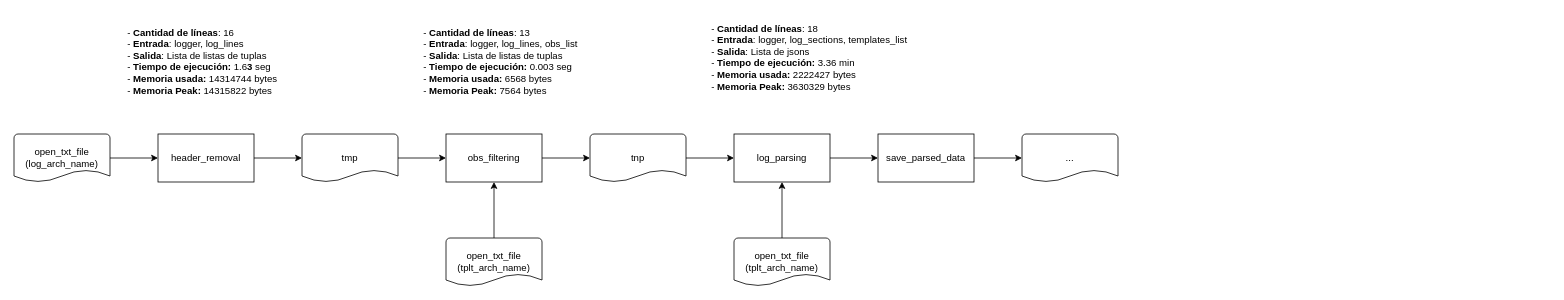
Before: flowdiagram.drawio in tomahawk360/memoria_proof_of_concepts, a draw.io diagram. Source tidied: cells renumbered, new cells numbered last; positions are measured from the earlier drawing's top-left corner, leaving out a move shared by most shapes. Both pictures are drawn from the tidied source at 80%, with x=0, y=0 at pixel (14, 18).
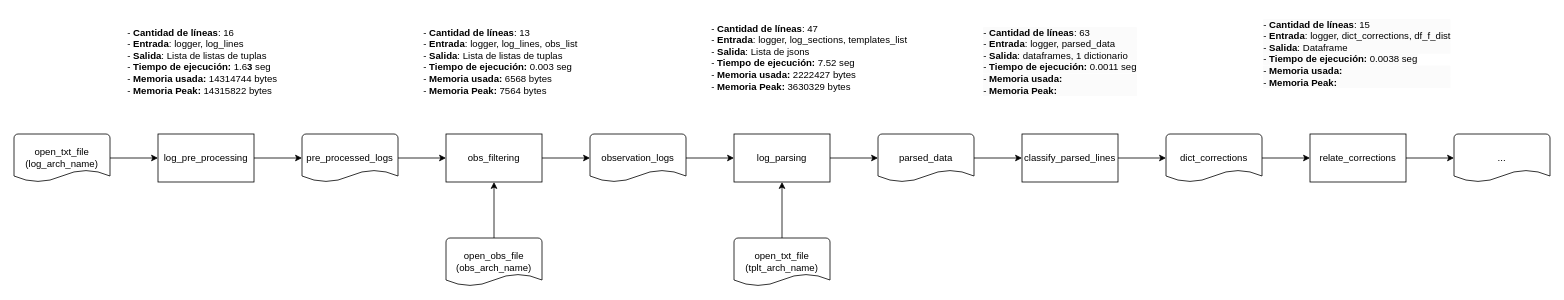
The same page after the edit.

Commit message (it also covers changes not shown here):
Pushed db diagram and flow diagram

Unchanged cells that the change refers to:
```xml
<mxCell id="5" value="log_parsing" style="rounded=0;whiteSpace=wrap;html=1;" parent="1" vertex="1">
  <mxGeometry x="900" y="145" width="120" height="60" as="geometry" />
</mxCell>
```

What changed in the source:
```diff
@@
-    <mxCell id="3" value="header_removal" style="rounded=0;whiteSpace=wrap;html=1;" parent="1" vertex="1">
+    <mxCell id="3" value="log_pre_processing" style="rounded=0;whiteSpace=wrap;html=1;" parent="1" vertex="1">
       <mxGeometry x="180" y="145" width="120" height="60" as="geometry" />
     </mxCell>
-    <mxCell id="4" style="edgeStyle=orthogonalEdgeStyle;rounded=0;jettySize=auto;html=1;" parent="1" edge="1" source="5" target="7">
-      <mxGeometry relative="1" as="geometry" />
+    <mxCell id="4" style="edgeStyle=orthogonalEdgeStyle;rounded=0;jettySize=auto;html=1;" parent="1" edge="1" source="5">
+      <mxGeometry relative="1" as="geometry">
+        <mxPoint x="1080" y="175" as="targetPoint" />
+      </mxGeometry>
     </mxCell>
@@
-    <mxCell id="6" style="edgeStyle=orthogonalEdgeStyle;html=1;" parent="1" edge="1" source="7" target="20">
-      <mxGeometry relative="1" as="geometry" />
-    </mxCell>
-    <mxCell id="7" value="save_parsed_data" style="rounded=0;whiteSpace=wrap;html=1;glass=0;" parent="1" vertex="1">
-      <mxGeometry x="1080" y="145" width="120" height="60" as="geometry" />
-    </mxCell>
@@
-    <mxCell id="11" value="&lt;div&gt;- &lt;b&gt;Cantidad de líneas&lt;/b&gt;: 18&lt;/div&gt;&lt;div&gt;- &lt;b&gt;Entrada&lt;/b&gt;: logger, log_sections, templates_list&lt;/div&gt;&lt;div&gt;- &lt;b&gt;Salida&lt;/b&gt;: Lista de jsons&amp;nbsp;&lt;/div&gt;- &lt;b&gt;Tiempo de ejecución:&amp;nbsp;&lt;/b&gt;&lt;span id=&quot;cwos&quot; class=&quot;qv3Wpe&quot;&gt;3.36&lt;/span&gt;&lt;span id=&quot;cwos&quot; class=&quot;qv3Wpe&quot;&gt;&amp;nbsp;min&lt;/span&gt;&lt;br&gt;&lt;div&gt;- &lt;b&gt;Memoria usada: &lt;/b&gt;2222427 bytes&lt;/div&gt;&lt;div&gt;- &lt;b&gt;Memoria Peak: &lt;/b&gt;3630329 bytes&lt;b&gt;&amp;nbsp;&lt;br&gt;&lt;/b&gt;&lt;br&gt;&lt;/div&gt;" style="text;whiteSpace=wrap;html=1;" parent="1" vertex="1">
+    <mxCell id="11" value="&lt;div&gt;- &lt;b&gt;Cantidad de líneas&lt;/b&gt;: 47&lt;/div&gt;&lt;div&gt;- &lt;b&gt;Entrada&lt;/b&gt;: logger, log_sections, templates_list&lt;/div&gt;&lt;div&gt;- &lt;b&gt;Salida&lt;/b&gt;: Lista de jsons&amp;nbsp;&lt;/div&gt;- &lt;b&gt;Tiempo de ejecución:&amp;nbsp;&lt;/b&gt;&lt;span id=&quot;cwos&quot; class=&quot;qv3Wpe&quot;&gt;7.52&lt;/span&gt;&lt;span id=&quot;cwos&quot; class=&quot;qv3Wpe&quot;&gt;&amp;nbsp;seg&lt;/span&gt;&lt;br&gt;&lt;div&gt;- &lt;b&gt;Memoria usada: &lt;/b&gt;2222427 bytes&lt;/div&gt;&lt;div&gt;- &lt;b&gt;Memoria Peak: &lt;/b&gt;3630329 bytes&lt;b&gt;&amp;nbsp;&lt;br&gt;&lt;/b&gt;&lt;br&gt;&lt;/div&gt;" style="text;whiteSpace=wrap;html=1;" parent="1" vertex="1">
       <mxGeometry x="870" width="300" height="100" as="geometry" />
     </mxCell>
@@
-    <mxCell id="17" value="&lt;div&gt;open_txt_file&lt;/div&gt;&lt;div&gt;(tplt_arch_name)&lt;/div&gt;" style="strokeWidth=1;html=1;shape=mxgraph.flowchart.document2;whiteSpace=wrap;size=0.25;" parent="1" vertex="1">
+    <mxCell id="17" value="&lt;div&gt;open_obs_file&lt;/div&gt;&lt;div&gt;(obs_arch_name)&lt;/div&gt;" style="strokeWidth=1;html=1;shape=mxgraph.flowchart.document2;whiteSpace=wrap;size=0.25;" parent="1" vertex="1">
       <mxGeometry x="540" y="275" width="120" height="60" as="geometry" />
     </mxCell>
@@
-    <mxCell id="20" value="&lt;div&gt;...&lt;/div&gt;" style="strokeWidth=1;html=1;shape=mxgraph.flowchart.document2;whiteSpace=wrap;size=0.25;" parent="1" vertex="1">
-      <mxGeometry x="1260" y="145" width="120" height="60" as="geometry" />
-    </mxCell>
@@
-    <mxCell id="22" value="&lt;div&gt;tmp&lt;/div&gt;" style="strokeWidth=1;html=1;shape=mxgraph.flowchart.document2;whiteSpace=wrap;size=0.25;" parent="1" vertex="1">
+    <mxCell id="22" value="&lt;div&gt;pre_processed_logs&lt;/div&gt;" style="strokeWidth=1;html=1;shape=mxgraph.flowchart.document2;whiteSpace=wrap;size=0.25;" parent="1" vertex="1">
       <mxGeometry x="360" y="145" width="120" height="60" as="geometry" />
     </mxCell>
@@
-    <mxCell id="24" value="&lt;div&gt;tnp&lt;/div&gt;" style="strokeWidth=1;html=1;shape=mxgraph.flowchart.document2;whiteSpace=wrap;size=0.25;" parent="1" vertex="1">
+    <mxCell id="24" value="&lt;div&gt;observation_logs&lt;/div&gt;" style="strokeWidth=1;html=1;shape=mxgraph.flowchart.document2;whiteSpace=wrap;size=0.25;" parent="1" vertex="1">
       <mxGeometry x="720" y="145" width="120" height="60" as="geometry" />
     </mxCell>
+    <mxCell id="25" value="relate_corrections" style="rounded=0;whiteSpace=wrap;html=1;" parent="1" vertex="1">
+      <mxGeometry x="1620" y="145" width="120" height="60" as="geometry" />
+    </mxCell>
+    <mxCell id="26" style="edgeStyle=none;html=1;" parent="1" edge="1" source="27" target="31">
+      <mxGeometry relative="1" as="geometry" />
+    </mxCell>
+    <mxCell id="27" value="classify_parsed_lines" style="rounded=0;whiteSpace=wrap;html=1;" parent="1" vertex="1">
+      <mxGeometry x="1260" y="145" width="120" height="60" as="geometry" />
+    </mxCell>
+    <mxCell id="28" style="edgeStyle=none;html=1;" parent="1" edge="1" source="29" target="27">
+      <mxGeometry relative="1" as="geometry" />
+    </mxCell>
+    <mxCell id="29" value="&lt;div&gt;parsed_data&lt;/div&gt;" style="strokeWidth=1;html=1;shape=mxgraph.flowchart.document2;whiteSpace=wrap;size=0.25;" parent="1" vertex="1">
+      <mxGeometry x="1080" y="145" width="120" height="60" as="geometry" />
+    </mxCell>
+    <mxCell id="30" style="edgeStyle=none;html=1;" parent="1" edge="1" source="31" target="25">
+      <mxGeometry relative="1" as="geometry" />
+    </mxCell>
+    <mxCell id="31" value="&lt;div&gt;dict_corrections&lt;/div&gt;" style="strokeWidth=1;html=1;shape=mxgraph.flowchart.document2;whiteSpace=wrap;size=0.25;" parent="1" vertex="1">
+      <mxGeometry x="1440" y="145" width="120" height="60" as="geometry" />
+    </mxCell>
+    <mxCell id="32" value="&lt;div style=&quot;forced-color-adjust: none; color: rgb(0, 0, 0); font-family: Helvetica; font-size: 12px; font-style: normal; font-variant-ligatures: normal; font-variant-caps: normal; font-weight: 400; letter-spacing: normal; orphans: 2; text-align: left; text-indent: 0px; text-transform: none; widows: 2; word-spacing: 0px; -webkit-text-stroke-width: 0px; white-space: normal; background-color: rgb(251, 251, 251); text-decoration-thickness: initial; text-decoration-style: initial; text-decoration-color: initial;&quot;&gt;-&lt;span&gt;&amp;nbsp;&lt;/span&gt;&lt;b style=&quot;forced-color-adjust: none; color: light-dark(var(--text-color), var(--dark-text-color));&quot;&gt;Cantidad de líneas&lt;/b&gt;: 63&lt;/div&gt;&lt;div style=&quot;forced-color-adjust: none; color: rgb(0, 0, 0); font-family: Helvetica; font-size: 12px; font-style: normal; font-variant-ligatures: normal; font-variant-caps: normal; font-weight: 400; letter-spacing: normal; orphans: 2; text-align: left; text-indent: 0px; text-transform: none; widows: 2; word-spacing: 0px; -webkit-text-stroke-width: 0px; white-space: normal; background-color: rgb(251, 251, 251); text-decoration-thickness: initial; text-decoration-style: initial; text-decoration-color: initial;&quot;&gt;-&lt;span&gt;&amp;nbsp;&lt;/span&gt;&lt;b style=&quot;forced-color-adjust: none; color: light-dark(var(--text-color), var(--dark-text-color));&quot;&gt;Entrada&lt;/b&gt;: logger, parsed_data&lt;/div&gt;&lt;div style=&quot;forced-color-adjust: none; color: rgb(0, 0, 0); font-family: Helvetica; font-size: 12px; font-style: normal; font-variant-ligatures: normal; font-variant-caps: normal; font-weight: 400; letter-spacing: normal; orphans: 2; text-align: left; text-indent: 0px; text-transform: none; widows: 2; word-spacing: 0px; -webkit-text-stroke-width: 0px; white-space: normal; background-color: rgb(251, 251, 251); text-decoration-thickness: initial; text-decoration-style: initial; text-decoration-color: initial;&quot;&gt;-&lt;span&gt;&amp;nbsp;&lt;/span&gt;&lt;b style=&quot;forced-color-adjust: none; color: light-dark(var(--text-color), var(--dark-text-color));&quot;&gt;Salida&lt;/b&gt;: dataframes, 1 dictionario&amp;nbsp;&lt;/div&gt;&lt;span style=&quot;color: rgb(0, 0, 0); font-family: Helvetica; font-size: 12px; font-style: normal; font-variant-ligatures: normal; font-variant-caps: normal; font-weight: 400; letter-spacing: normal; orphans: 2; text-align: left; text-indent: 0px; text-transform: none; widows: 2; word-spacing: 0px; -webkit-text-stroke-width: 0px; white-space: normal; background-color: rgb(251, 251, 251); text-decoration-thickness: initial; text-decoration-style: initial; text-decoration-color: initial; display: inline !important; float: none;&quot;&gt;-&lt;span&gt;&amp;nbsp;&lt;/span&gt;&lt;/span&gt;&lt;b style=&quot;forced-color-adjust: none; color: rgb(0, 0, 0); font-family: Helvetica; font-size: 12px; font-style: normal; font-variant-ligatures: normal; font-variant-caps: normal; letter-spacing: normal; orphans: 2; text-align: left; text-indent: 0px; text-transform: none; widows: 2; word-spacing: 0px; -webkit-text-stroke-width: 0px; white-space: normal; background-color: rgb(251, 251, 251); text-decoration-thickness: initial; text-decoration-style: initial; text-decoration-color: initial;&quot;&gt;Tiempo de ejecución:&amp;nbsp;&lt;/b&gt;&lt;span style=&quot;forced-color-adjust: none; color: rgb(0, 0, 0); font-family: Helvetica; font-size: 12px; font-style: normal; font-variant-ligatures: normal; font-variant-caps: normal; font-weight: 400; letter-spacing: normal; orphans: 2; text-align: left; text-indent: 0px; text-transform: none; widows: 2; word-spacing: 0px; -webkit-text-stroke-width: 0px; white-space: normal; background-color: rgb(251, 251, 251); text-decoration-thickness: initial; text-decoration-style: initial; text-decoration-color: initial;&quot; id=&quot;cwos&quot; class=&quot;qv3Wpe&quot;&gt;0.0011&lt;/span&gt;&lt;span style=&quot;forced-color-adjust: none; color: rgb(0, 0, 0); font-family: Helvetica; font-size: 12px; font-style: normal; font-variant-ligatures: normal; font-variant-caps: normal; font-weight: 400; letter-spacing: normal; orphans: 2; text-align: left; text-indent: 0px; text-transform: none; widows: 2; word-spacing: 0px; -webkit-text-stroke-width: 0px; white-space: normal; background-color: rgb(251, 251, 251); text-decoration-thickness: initial; text-decoration-style: initial; text-decoration-color: initial;&quot; id=&quot;cwos&quot; class=&quot;qv3Wpe&quot;&gt;&amp;nbsp;seg&lt;/span&gt;&lt;br style=&quot;forced-color-adjust: none; color: rgb(0, 0, 0); font-family: Helvetica; font-size: 12px; font-style: normal; font-variant-ligatures: normal; font-variant-caps: normal; font-weight: 400; letter-spacing: normal; orphans: 2; text-align: left; text-indent: 0px; text-transform: none; widows: 2; word-spacing: 0px; -webkit-text-stroke-width: 0px; white-space: normal; background-color: rgb(251, 251, 251); text-decoration-thickness: initial; text-decoration-style: initial; text-decoration-color: initial;&quot;&gt;&lt;div style=&quot;forced-color-adjust: none; color: rgb(0, 0, 0); font-family: Helvetica; font-size: 12px; font-style: normal; font-variant-ligatures: normal; font-variant-caps: normal; font-weight: 400; letter-spacing: normal; orphans: 2; text-align: left; text-indent: 0px; text-transform: none; widows: 2; word-spacing: 0px; -webkit-text-stroke-width: 0px; white-space: normal; background-color: rgb(251, 251, 251); text-decoration-thickness: initial; text-decoration-style: initial; text-decoration-color: initial;&quot;&gt;-&lt;span&gt;&amp;nbsp;&lt;/span&gt;&lt;b style=&quot;forced-color-adjust: none; color: light-dark(var(--text-color), var(--dark-text-color));&quot;&gt;Memoria usada:&lt;span&gt;&amp;nbsp;&lt;/span&gt;&lt;/b&gt;&lt;/div&gt;&lt;div style=&quot;forced-color-adjust: none; color: rgb(0, 0, 0); font-family: Helvetica; font-size: 12px; font-style: normal; font-variant-ligatures: normal; font-variant-caps: normal; font-weight: 400; letter-spacing: normal; orphans: 2; text-align: left; text-indent: 0px; text-transform: none; widows: 2; word-spacing: 0px; -webkit-text-stroke-width: 0px; white-space: normal; background-color: rgb(251, 251, 251); text-decoration-thickness: initial; text-decoration-style: initial; text-decoration-color: initial;&quot;&gt;-&lt;span&gt;&amp;nbsp;&lt;/span&gt;&lt;b style=&quot;forced-color-adjust: none; color: light-dark(var(--text-color), var(--dark-text-color));&quot;&gt;Memoria Peak:&lt;span&gt;&amp;nbsp;&lt;/span&gt;&lt;/b&gt;&lt;b style=&quot;forced-color-adjust: none; color: light-dark(var(--text-color), var(--dark-text-color));&quot;&gt;&amp;nbsp;&lt;br style=&quot;forced-color-adjust: none; color: light-dark(var(--text-color), var(--dark-text-color));&quot;&gt;&lt;/b&gt;&lt;/div&gt;" style="text;whiteSpace=wrap;html=1;" parent="1" vertex="1">
+      <mxGeometry x="1210" y="5" width="280" height="110" as="geometry" />
+    </mxCell>
+    <mxCell id="33" value="&lt;div style=&quot;forced-color-adjust: none; color: rgb(0, 0, 0); font-family: Helvetica; font-size: 12px; font-style: normal; font-variant-ligatures: normal; font-variant-caps: normal; font-weight: 400; letter-spacing: normal; orphans: 2; text-align: left; text-indent: 0px; text-transform: none; widows: 2; word-spacing: 0px; -webkit-text-stroke-width: 0px; white-space: normal; background-color: rgb(251, 251, 251); text-decoration-thickness: initial; text-decoration-style: initial; text-decoration-color: initial;&quot;&gt;-&lt;span&gt;&amp;nbsp;&lt;/span&gt;&lt;b style=&quot;forced-color-adjust: none; color: light-dark(var(--text-color), var(--dark-text-color));&quot;&gt;Cantidad de líneas&lt;/b&gt;: 15&lt;/div&gt;&lt;div style=&quot;forced-color-adjust: none; color: rgb(0, 0, 0); font-family: Helvetica; font-size: 12px; font-style: normal; font-variant-ligatures: normal; font-variant-caps: normal; font-weight: 400; letter-spacing: normal; orphans: 2; text-align: left; text-indent: 0px; text-transform: none; widows: 2; word-spacing: 0px; -webkit-text-stroke-width: 0px; white-space: normal; background-color: rgb(251, 251, 251); text-decoration-thickness: initial; text-decoration-style: initial; text-decoration-color: initial;&quot;&gt;-&lt;span&gt;&amp;nbsp;&lt;/span&gt;&lt;b style=&quot;forced-color-adjust: none; color: light-dark(var(--text-color), var(--dark-text-color));&quot;&gt;Entrada&lt;/b&gt;: logger, dict_corrections, df_f_dist&lt;/div&gt;&lt;div style=&quot;forced-color-adjust: none; color: rgb(0, 0, 0); font-family: Helvetica; font-size: 12px; font-style: normal; font-variant-ligatures: normal; font-variant-caps: normal; font-weight: 400; letter-spacing: normal; orphans: 2; text-align: left; text-indent: 0px; text-transform: none; widows: 2; word-spacing: 0px; -webkit-text-stroke-width: 0px; white-space: normal; background-color: rgb(251, 251, 251); text-decoration-thickness: initial; text-decoration-style: initial; text-decoration-color: initial;&quot;&gt;-&lt;span&gt;&amp;nbsp;&lt;/span&gt;&lt;b style=&quot;forced-color-adjust: none; color: light-dark(var(--text-color), var(--dark-text-color));&quot;&gt;Salida&lt;/b&gt;: Dataframe&amp;nbsp;&lt;/div&gt;&lt;span style=&quot;color: rgb(0, 0, 0); font-family: Helvetica; font-size: 12px; font-style: normal; font-variant-ligatures: normal; font-variant-caps: normal; font-weight: 400; letter-spacing: normal; orphans: 2; text-align: left; text-indent: 0px; text-transform: none; widows: 2; word-spacing: 0px; -webkit-text-stroke-width: 0px; white-space: normal; background-color: rgb(251, 251, 251); text-decoration-thickness: initial; text-decoration-style: initial; text-decoration-color: initial; display: inline !important; float: none;&quot;&gt;-&lt;span&gt;&amp;nbsp;&lt;/span&gt;&lt;/span&gt;&lt;b style=&quot;forced-color-adjust: none; color: rgb(0, 0, 0); font-family: Helvetica; font-size: 12px; font-style: normal; font-variant-ligatures: normal; font-variant-caps: normal; letter-spacing: normal; orphans: 2; text-align: left; text-indent: 0px; text-transform: none; widows: 2; word-spacing: 0px; -webkit-text-stroke-width: 0px; white-space: normal; background-color: rgb(251, 251, 251); text-decoration-thickness: initial; text-decoration-style: initial; text-decoration-color: initial;&quot;&gt;Tiempo de ejecución:&amp;nbsp;&lt;/b&gt;&lt;span class=&quot;qv3Wpe&quot; id=&quot;cwos&quot; style=&quot;forced-color-adjust: none; color: rgb(0, 0, 0); font-family: Helvetica; font-size: 12px; font-style: normal; font-variant-ligatures: normal; font-variant-caps: normal; font-weight: 400; letter-spacing: normal; orphans: 2; text-align: left; text-indent: 0px; text-transform: none; widows: 2; word-spacing: 0px; -webkit-text-stroke-width: 0px; white-space: normal; background-color: rgb(251, 251, 251); text-decoration-thickness: initial; text-decoration-style: initial; text-decoration-color: initial;&quot;&gt;0.0038&lt;/span&gt;&lt;span class=&quot;qv3Wpe&quot; id=&quot;cwos&quot; style=&quot;forced-color-adjust: none; color: rgb(0, 0, 0); font-family: Helvetica; font-size: 12px; font-style: normal; font-variant-ligatures: normal; font-variant-caps: normal; font-weight: 400; letter-spacing: normal; orphans: 2; text-align: left; text-indent: 0px; text-transform: none; widows: 2; word-spacing: 0px; -webkit-text-stroke-width: 0px; white-space: normal; background-color: rgb(251, 251, 251); text-decoration-thickness: initial; text-decoration-style: initial; text-decoration-color: initial;&quot;&gt;&amp;nbsp;seg&lt;/span&gt;&lt;br style=&quot;forced-color-adjust: none; color: rgb(0, 0, 0); font-family: Helvetica; font-size: 12px; font-style: normal; font-variant-ligatures: normal; font-variant-caps: normal; font-weight: 400; letter-spacing: normal; orphans: 2; text-align: left; text-indent: 0px; text-transform: none; widows: 2; word-spacing: 0px; -webkit-text-stroke-width: 0px; white-space: normal; background-color: rgb(251, 251, 251); text-decoration-thickness: initial; text-decoration-style: initial; text-decoration-color: initial;&quot;&gt;&lt;div style=&quot;forced-color-adjust: none; color: rgb(0, 0, 0); font-family: Helvetica; font-size: 12px; font-style: normal; font-variant-ligatures: normal; font-variant-caps: normal; font-weight: 400; letter-spacing: normal; orphans: 2; text-align: left; text-indent: 0px; text-transform: none; widows: 2; word-spacing: 0px; -webkit-text-stroke-width: 0px; white-space: normal; background-color: rgb(251, 251, 251); text-decoration-thickness: initial; text-decoration-style: initial; text-decoration-color: initial;&quot;&gt;-&lt;span&gt;&amp;nbsp;&lt;/span&gt;&lt;b style=&quot;forced-color-adjust: none; color: light-dark(var(--text-color), var(--dark-text-color));&quot;&gt;Memoria usada:&lt;span&gt;&amp;nbsp;&lt;/span&gt;&lt;/b&gt;&amp;nbsp;&lt;/div&gt;&lt;div style=&quot;forced-color-adjust: none; color: rgb(0, 0, 0); font-family: Helvetica; font-size: 12px; font-style: normal; font-variant-ligatures: normal; font-variant-caps: normal; font-weight: 400; letter-spacing: normal; orphans: 2; text-align: left; text-indent: 0px; text-transform: none; widows: 2; word-spacing: 0px; -webkit-text-stroke-width: 0px; white-space: normal; background-color: rgb(251, 251, 251); text-decoration-thickness: initial; text-decoration-style: initial; text-decoration-color: initial;&quot;&gt;-&lt;span&gt;&amp;nbsp;&lt;/span&gt;&lt;b style=&quot;forced-color-adjust: none; color: light-dark(var(--text-color), var(--dark-text-color));&quot;&gt;Memoria Peak:&lt;span&gt;&amp;nbsp;&lt;/span&gt;&lt;/b&gt;&amp;nbsp;&lt;b style=&quot;forced-color-adjust: none; color: light-dark(var(--text-color), var(--dark-text-color));&quot;&gt;&amp;nbsp;&lt;br style=&quot;forced-color-adjust: none; color: light-dark(var(--text-color), var(--dark-text-color));&quot;&gt;&lt;/b&gt;&lt;/div&gt;" style="text;whiteSpace=wrap;html=1;" parent="1" vertex="1">
+      <mxGeometry x="1560" y="-5" width="280" height="110" as="geometry" />
+    </mxCell>
+    <mxCell id="34" style="edgeStyle=none;html=1;" parent="1" edge="1" target="20">
+      <mxGeometry relative="1" as="geometry">
+        <mxPoint x="1740" y="175" as="sourcePoint" />
+      </mxGeometry>
+    </mxCell>
+    <mxCell id="20" value="&lt;div&gt;...&lt;/div&gt;" style="strokeWidth=1;html=1;shape=mxgraph.flowchart.document2;whiteSpace=wrap;size=0.25;" parent="1" vertex="1">
+      <mxGeometry x="1800" y="145" width="120" height="60" as="geometry" />
+    </mxCell>
```
